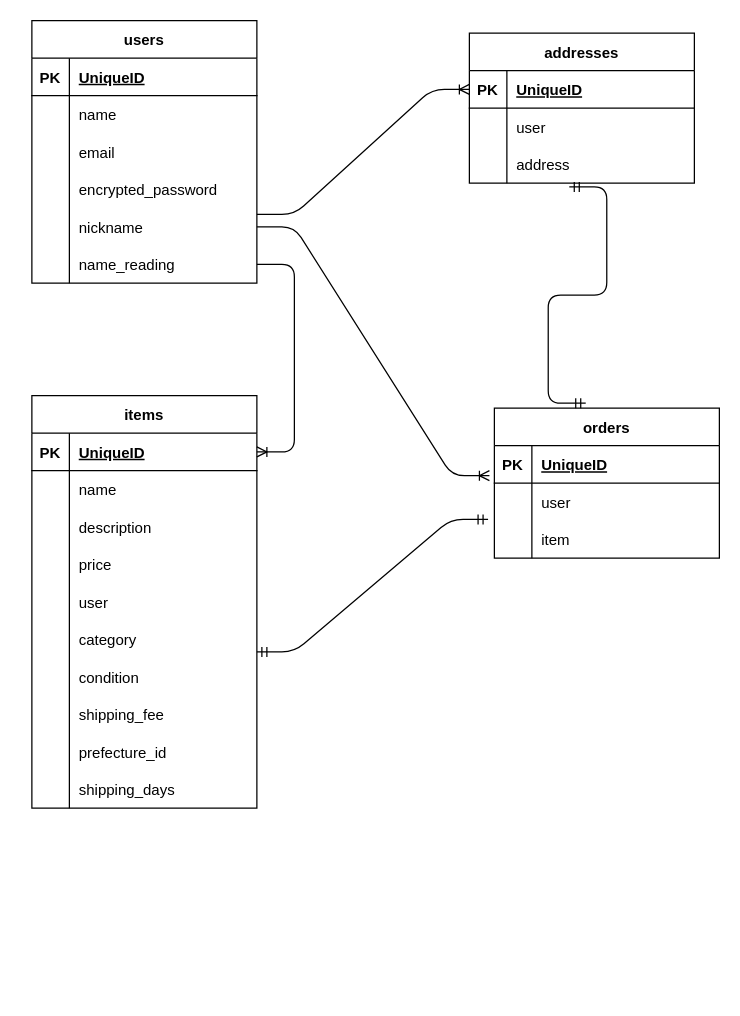
sho0612/furima-40814 keeps this draw.io diagram as tester.dio. Above is the earlier version. Source tidied: cells renumbered, new cells numbered last; positions are measured from the earlier drawing's top-left corner, leaving out a move shared by most shapes. Both pictures are drawn from the tidied source at 125%, with x=0, y=0 at pixel (31, 20).
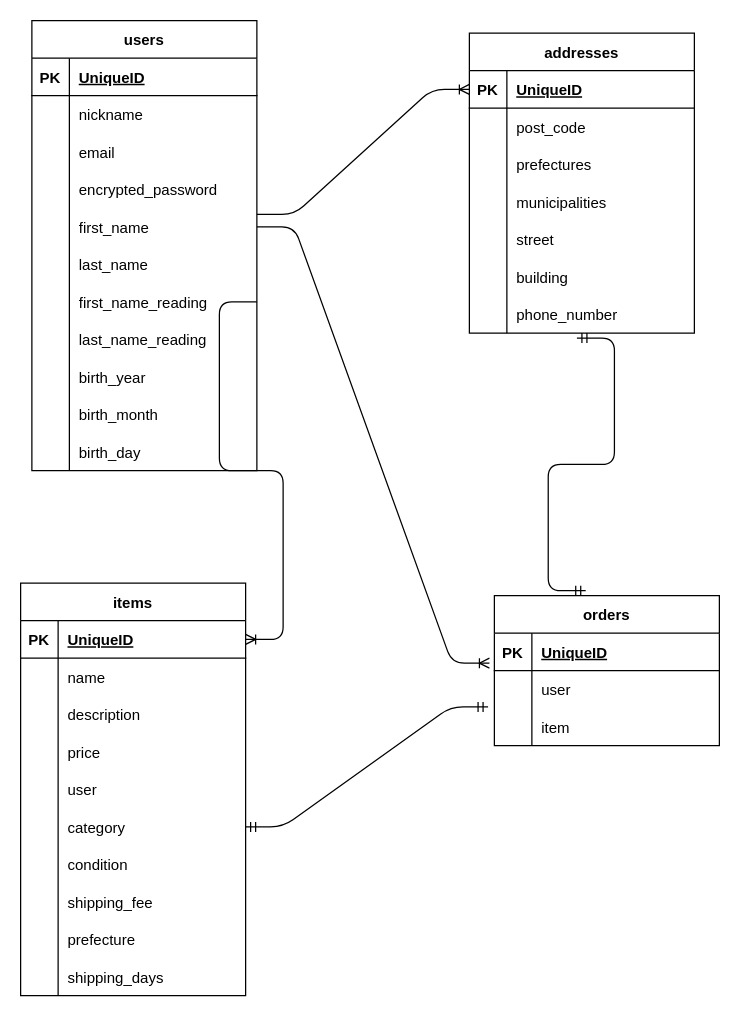
After the change.

Commit message (it also covers changes not shown here):
データベース設計（firstレビューへの対応）

The change refers to these unchanged cells:
```xml
<mxCell id="6" style="shape=tableRow;horizontal=0;startSize=0;swimlaneHead=0;swimlaneBody=0;fillColor=none;top=0;left=0;right=0;bottom=0;" parent="2" vertex="1">
  <mxGeometry y="60" width="180" height="30" as="geometry" />
</mxCell>
<mxCell id="15" style="shape=tableRow;horizontal=0;startSize=0;swimlaneHead=0;swimlaneBody=0;fillColor=none;points=[[0,0.5],[1,0.5]];portConstraint=eastwest;top=0;left=0;right=0;bottom=0;" parent="2" vertex="1">
  <mxGeometry y="150" width="180" height="30" as="geometry" />
</mxCell>
<mxCell id="37" style="shape=tableRow;horizontal=0;startSize=0;swimlaneHead=0;swimlaneBody=0;fillColor=none;points=[[0,0.5],[1,0.5]];portConstraint=eastwest;top=0;left=0;right=0;bottom=0;" parent="21" vertex="1">
  <mxGeometry y="180" width="180" height="30" as="geometry" />
</mxCell>
<mxCell id="46" style="shape=tableRow;horizontal=0;startSize=0;swimlaneHead=0;swimlaneBody=0;fillColor=none;top=0;left=0;right=0;bottom=0;" parent="21" vertex="1">
  <mxGeometry y="270" width="180" height="30" as="geometry" />
</mxCell>
<mxCell id="59" style="shape=tableRow;horizontal=0;startSize=0;swimlaneHead=0;swimlaneBody=0;fillColor=none;points=[[0,0.5],[1,0.5]];portConstraint=eastwest;top=0;left=0;right=0;bottom=0;" parent="52" vertex="1">
  <mxGeometry y="90" width="180" height="30" as="geometry" />
</mxCell>
<mxCell id="66" style="shape=tableRow;horizontal=0;startSize=0;swimlaneHead=0;swimlaneBody=0;fillColor=none;top=0;left=0;right=0;bottom=0;" parent="62" vertex="1">
  <mxGeometry y="60" width="180" height="30" as="geometry" />
</mxCell>
<mxCell id="69" style="shape=tableRow;horizontal=0;startSize=0;swimlaneHead=0;swimlaneBody=0;fillColor=none;points=[[0,0.5],[1,0.5]];portConstraint=eastwest;top=0;left=0;right=0;bottom=0;" parent="62" vertex="1">
  <mxGeometry y="90" width="180" height="30" as="geometry" />
</mxCell>
```

The edit, as a diff of the source:
```diff
@@
     <mxCell id="2" value="users" style="shape=table;startSize=30;childLayout=tableLayout;rowLines=0;fontStyle=1;align=center;" parent="1" vertex="1">
-      <mxGeometry width="180" height="210" as="geometry" />
+      <mxGeometry width="180" height="360" as="geometry" />
     </mxCell>
@@
-    <mxCell id="8" value="name" style="shape=partialRectangle;fillColor=none;top=0;left=0;bottom=0;right=0;align=left;spacingLeft=6;overflow=hidden;" parent="6" vertex="1">
+    <mxCell id="8" value="nickname" style="shape=partialRectangle;fillColor=none;top=0;left=0;bottom=0;right=0;align=left;spacingLeft=6;overflow=hidden;" parent="6" vertex="1">
       <mxGeometry x="30" width="150" height="30" as="geometry" />
     </mxCell>
@@
-    <mxCell id="17" value="nickname" style="shape=partialRectangle;fillColor=none;top=0;left=0;bottom=0;right=0;align=left;spacingLeft=6;overflow=hidden;" parent="15" vertex="1">
+    <mxCell id="17" value="first_name" style="shape=partialRectangle;fillColor=none;top=0;left=0;bottom=0;right=0;align=left;spacingLeft=6;overflow=hidden;" parent="15" vertex="1">
       <mxGeometry x="30" width="150" height="30" as="geometry" />
     </mxCell>
+    <mxCell id="77" style="shape=tableRow;horizontal=0;startSize=0;swimlaneHead=0;swimlaneBody=0;fillColor=none;top=0;left=0;right=0;bottom=0;" parent="2" vertex="1">
+      <mxGeometry y="180" width="180" height="30" as="geometry" />
+    </mxCell>
+    <mxCell id="78" style="shape=partialRectangle;fillColor=none;top=0;left=0;bottom=0;right=0;overflow=hidden;" parent="77" vertex="1">
+      <mxGeometry width="30" height="30" as="geometry" />
+    </mxCell>
+    <mxCell id="79" value="last_name" style="shape=partialRectangle;fillColor=none;top=0;left=0;bottom=0;right=0;align=left;spacingLeft=6;overflow=hidden;" parent="77" vertex="1">
+      <mxGeometry x="30" width="150" height="30" as="geometry" />
+    </mxCell>
     <mxCell id="18" style="shape=tableRow;horizontal=0;startSize=0;swimlaneHead=0;swimlaneBody=0;fillColor=none;points=[[0,0.5],[1,0.5]];portConstraint=eastwest;top=0;left=0;right=0;bottom=0;" parent="2" vertex="1">
-      <mxGeometry y="180" width="180" height="30" as="geometry" />
+      <mxGeometry y="210" width="180" height="30" as="geometry" />
     </mxCell>
@@
-    <mxCell id="20" value="name_reading" style="shape=partialRectangle;fillColor=none;top=0;left=0;bottom=0;right=0;align=left;spacingLeft=6;overflow=hidden;" parent="18" vertex="1">
+    <mxCell id="20" value="first_name_reading" style="shape=partialRectangle;fillColor=none;top=0;left=0;bottom=0;right=0;align=left;spacingLeft=6;overflow=hidden;" parent="18" vertex="1">
       <mxGeometry x="30" width="150" height="30" as="geometry" />
     </mxCell>
+    <mxCell id="80" style="shape=tableRow;horizontal=0;startSize=0;swimlaneHead=0;swimlaneBody=0;fillColor=none;top=0;left=0;right=0;bottom=0;" parent="2" vertex="1">
+      <mxGeometry y="240" width="180" height="30" as="geometry" />
+    </mxCell>
+    <mxCell id="81" style="shape=partialRectangle;fillColor=none;top=0;left=0;bottom=0;right=0;overflow=hidden;" parent="80" vertex="1">
+      <mxGeometry width="30" height="30" as="geometry" />
+    </mxCell>
+    <mxCell id="82" value="last_name_reading" style="shape=partialRectangle;fillColor=none;top=0;left=0;bottom=0;right=0;align=left;spacingLeft=6;overflow=hidden;" parent="80" vertex="1">
+      <mxGeometry x="30" width="150" height="30" as="geometry" />
+    </mxCell>
+    <mxCell id="83" style="shape=tableRow;horizontal=0;startSize=0;swimlaneHead=0;swimlaneBody=0;fillColor=none;top=0;left=0;right=0;bottom=0;" parent="2" vertex="1">
+      <mxGeometry y="270" width="180" height="30" as="geometry" />
+    </mxCell>
+    <mxCell id="84" style="shape=partialRectangle;fillColor=none;top=0;left=0;bottom=0;right=0;overflow=hidden;" parent="83" vertex="1">
+      <mxGeometry width="30" height="30" as="geometry" />
+    </mxCell>
+    <mxCell id="85" value="birth_year" style="shape=partialRectangle;fillColor=none;top=0;left=0;bottom=0;right=0;align=left;spacingLeft=6;overflow=hidden;" parent="83" vertex="1">
+      <mxGeometry x="30" width="150" height="30" as="geometry" />
+    </mxCell>
+    <mxCell id="86" style="shape=tableRow;horizontal=0;startSize=0;swimlaneHead=0;swimlaneBody=0;fillColor=none;top=0;left=0;right=0;bottom=0;" parent="2" vertex="1">
+      <mxGeometry y="300" width="180" height="30" as="geometry" />
+    </mxCell>
+    <mxCell id="87" style="shape=partialRectangle;fillColor=none;top=0;left=0;bottom=0;right=0;overflow=hidden;" parent="86" vertex="1">
+      <mxGeometry width="30" height="30" as="geometry" />
+    </mxCell>
+    <mxCell id="88" value="birth_month" style="shape=partialRectangle;fillColor=none;top=0;left=0;bottom=0;right=0;align=left;spacingLeft=6;overflow=hidden;" parent="86" vertex="1">
+      <mxGeometry x="30" width="150" height="30" as="geometry" />
+    </mxCell>
+    <mxCell id="89" style="shape=tableRow;horizontal=0;startSize=0;swimlaneHead=0;swimlaneBody=0;fillColor=none;top=0;left=0;right=0;bottom=0;" parent="2" vertex="1">
+      <mxGeometry y="330" width="180" height="30" as="geometry" />
+    </mxCell>
+    <mxCell id="90" style="shape=partialRectangle;fillColor=none;top=0;left=0;bottom=0;right=0;overflow=hidden;" parent="89" vertex="1">
+      <mxGeometry width="30" height="30" as="geometry" />
+    </mxCell>
+    <mxCell id="91" value="birth_day" style="shape=partialRectangle;fillColor=none;top=0;left=0;bottom=0;right=0;align=left;spacingLeft=6;overflow=hidden;" parent="89" vertex="1">
+      <mxGeometry x="30" width="150" height="30" as="geometry" />
+    </mxCell>
     <mxCell id="21" value="items" style="shape=table;startSize=30;childLayout=tableLayout;rowLines=0;fontStyle=1;align=center;" parent="1" vertex="1">
-      <mxGeometry y="300" width="180" height="330" as="geometry" />
+      <mxGeometry x="-9" y="450" width="180" height="330" as="geometry" />
     </mxCell>
@@
-    <mxCell id="48" value="prefecture_id" style="shape=partialRectangle;fillColor=none;top=0;left=0;bottom=0;right=0;align=left;spacingLeft=6;overflow=hidden;" parent="46" vertex="1">
+    <mxCell id="48" value="prefecture" style="shape=partialRectangle;fillColor=none;top=0;left=0;bottom=0;right=0;align=left;spacingLeft=6;overflow=hidden;" parent="46" vertex="1">
       <mxGeometry x="30" width="150" height="30" as="geometry" />
     </mxCell>
@@
     <mxCell id="52" value="orders" style="shape=table;startSize=30;childLayout=tableLayout;rowLines=0;fontStyle=1;align=center;" parent="1" vertex="1">
-      <mxGeometry x="370" y="310" width="180" height="120" as="geometry" />
+      <mxGeometry x="370" y="460" width="180" height="120" as="geometry" />
     </mxCell>
@@
     <mxCell id="62" value="addresses" style="shape=table;startSize=30;childLayout=tableLayout;rowLines=0;fontStyle=1;align=center;" parent="1" vertex="1">
-      <mxGeometry x="350" y="10" width="180" height="120" as="geometry" />
+      <mxGeometry x="350" y="10" width="180" height="240" as="geometry" />
     </mxCell>
@@
-    <mxCell id="68" value="user" style="shape=partialRectangle;fillColor=none;top=0;left=0;bottom=0;right=0;align=left;spacingLeft=6;overflow=hidden;" parent="66" vertex="1">
+    <mxCell id="68" value="post_code" style="shape=partialRectangle;fillColor=none;top=0;left=0;bottom=0;right=0;align=left;spacingLeft=6;overflow=hidden;" parent="66" vertex="1">
       <mxGeometry x="30" width="150" height="30" as="geometry" />
     </mxCell>
@@
-    <mxCell id="71" value="address" style="shape=partialRectangle;fillColor=none;top=0;left=0;bottom=0;right=0;align=left;spacingLeft=6;overflow=hidden;" parent="69" vertex="1">
+    <mxCell id="71" value="prefectures" style="shape=partialRectangle;fillColor=none;top=0;left=0;bottom=0;right=0;align=left;spacingLeft=6;overflow=hidden;" parent="69" vertex="1">
       <mxGeometry x="30" width="150" height="30" as="geometry" />
     </mxCell>
+    <mxCell id="92" style="shape=tableRow;horizontal=0;startSize=0;swimlaneHead=0;swimlaneBody=0;fillColor=none;top=0;left=0;right=0;bottom=0;" parent="62" vertex="1">
+      <mxGeometry y="120" width="180" height="30" as="geometry" />
+    </mxCell>
+    <mxCell id="93" style="shape=partialRectangle;fillColor=none;top=0;left=0;bottom=0;right=0;overflow=hidden;" parent="92" vertex="1">
+      <mxGeometry width="30" height="30" as="geometry" />
+    </mxCell>
+    <mxCell id="94" value="municipalities" style="shape=partialRectangle;fillColor=none;top=0;left=0;bottom=0;right=0;align=left;spacingLeft=6;overflow=hidden;" parent="92" vertex="1">
+      <mxGeometry x="30" width="150" height="30" as="geometry" />
+    </mxCell>
+    <mxCell id="95" style="shape=tableRow;horizontal=0;startSize=0;swimlaneHead=0;swimlaneBody=0;fillColor=none;top=0;left=0;right=0;bottom=0;" parent="62" vertex="1">
+      <mxGeometry y="150" width="180" height="30" as="geometry" />
+    </mxCell>
+    <mxCell id="96" style="shape=partialRectangle;fillColor=none;top=0;left=0;bottom=0;right=0;overflow=hidden;" parent="95" vertex="1">
+      <mxGeometry width="30" height="30" as="geometry" />
+    </mxCell>
+    <mxCell id="97" value="street" style="shape=partialRectangle;fillColor=none;top=0;left=0;bottom=0;right=0;align=left;spacingLeft=6;overflow=hidden;" parent="95" vertex="1">
+      <mxGeometry x="30" width="150" height="30" as="geometry" />
+    </mxCell>
+    <mxCell id="98" style="shape=tableRow;horizontal=0;startSize=0;swimlaneHead=0;swimlaneBody=0;fillColor=none;top=0;left=0;right=0;bottom=0;" parent="62" vertex="1">
+      <mxGeometry y="180" width="180" height="30" as="geometry" />
+    </mxCell>
+    <mxCell id="99" style="shape=partialRectangle;fillColor=none;top=0;left=0;bottom=0;right=0;overflow=hidden;" parent="98" vertex="1">
+      <mxGeometry width="30" height="30" as="geometry" />
+    </mxCell>
+    <mxCell id="100" value="building" style="shape=partialRectangle;fillColor=none;top=0;left=0;bottom=0;right=0;align=left;spacingLeft=6;overflow=hidden;" parent="98" vertex="1">
+      <mxGeometry x="30" width="150" height="30" as="geometry" />
+    </mxCell>
+    <mxCell id="101" style="shape=tableRow;horizontal=0;startSize=0;swimlaneHead=0;swimlaneBody=0;fillColor=none;points=[[0,0.5],[1,0.5]];portConstraint=eastwest;top=0;left=0;right=0;bottom=0;" parent="62" vertex="1">
+      <mxGeometry y="210" width="180" height="30" as="geometry" />
+    </mxCell>
+    <mxCell id="102" style="shape=partialRectangle;fillColor=none;top=0;left=0;bottom=0;right=0;overflow=hidden;" parent="101" vertex="1">
+      <mxGeometry width="30" height="30" as="geometry" />
+    </mxCell>
+    <mxCell id="103" value="phone_number" style="shape=partialRectangle;fillColor=none;top=0;left=0;bottom=0;right=0;align=left;spacingLeft=6;overflow=hidden;" parent="101" vertex="1">
+      <mxGeometry x="30" width="150" height="30" as="geometry" />
+    </mxCell>
@@
-    <mxCell id="74" style="edgeStyle=entityRelationEdgeStyle;fontSize=12;html=1;endArrow=ERmandOne;startArrow=ERmandOne;entryX=0.444;entryY=1.1;entryDx=0;entryDy=0;entryPerimeter=0;exitX=0.406;exitY=-0.033;exitDx=0;exitDy=0;exitPerimeter=0;" parent="1" edge="1" source="52" target="69">
+    <mxCell id="74" style="edgeStyle=entityRelationEdgeStyle;fontSize=12;html=1;endArrow=ERmandOne;startArrow=ERmandOne;exitX=0.406;exitY=-0.033;exitDx=0;exitDy=0;exitPerimeter=0;entryX=0.478;entryY=1.133;entryDx=0;entryDy=0;entryPerimeter=0;" parent="1" edge="1" source="52" target="101">
       <mxGeometry relative="1" as="geometry" />
     </mxCell>
@@
-    <mxCell id="76" style="edgeStyle=entityRelationEdgeStyle;fontSize=12;html=1;endArrow=ERmandOne;startArrow=ERmandOne;entryX=-0.028;entryY=-0.033;entryDx=0;entryDy=0;entryPerimeter=0;" parent="1" edge="1" target="59">
-      <mxGeometry relative="1" as="geometry">
-        <mxPoint x="180" y="505" as="sourcePoint" />
-      </mxGeometry>
+    <mxCell id="76" style="edgeStyle=entityRelationEdgeStyle;fontSize=12;html=1;endArrow=ERmandOne;startArrow=ERmandOne;entryX=-0.028;entryY=-0.033;entryDx=0;entryDy=0;entryPerimeter=0;exitX=1;exitY=0.5;exitDx=0;exitDy=0;" parent="1" edge="1" source="37" target="59">
+      <mxGeometry relative="1" as="geometry" />
     </mxCell>
```
